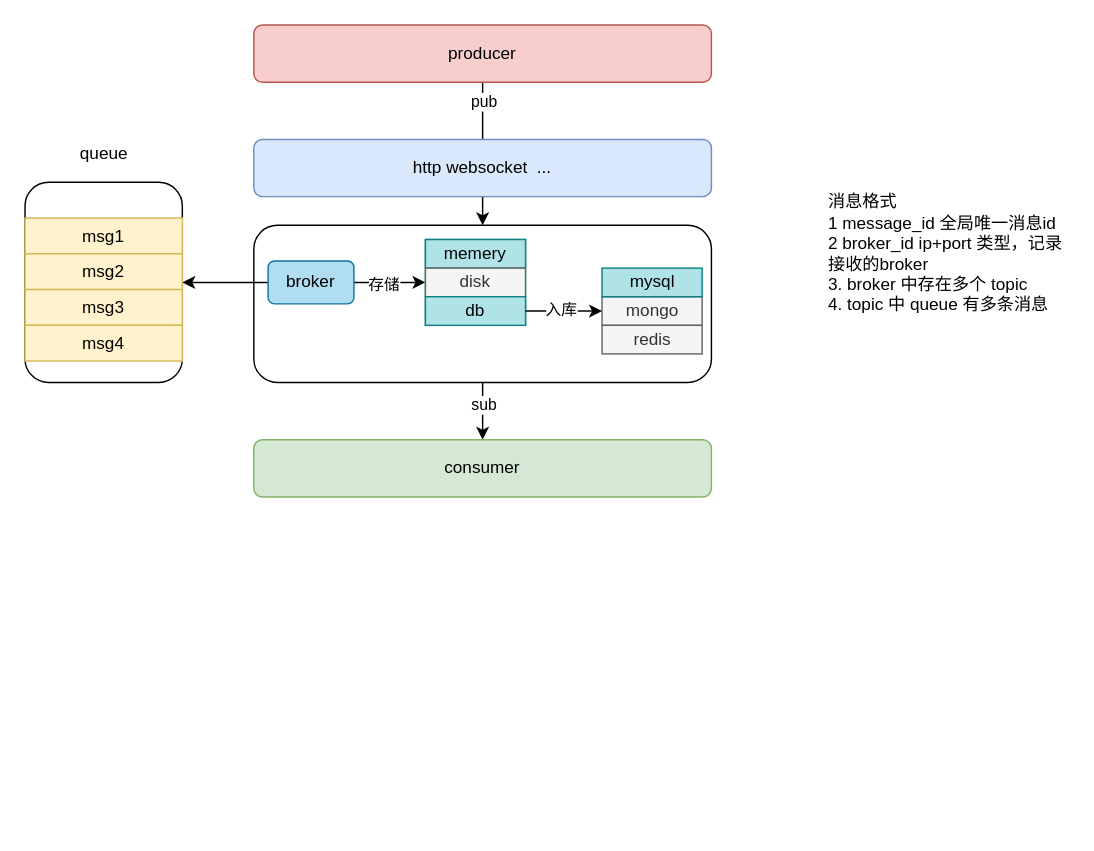
This is jihe/mq/ck-mq.drawio from oliverschen/draw.io, a draw.io file, before an edit. Source tidied: cells renumbered, new cells numbered last; positions are measured from the earlier drawing's top-left corner, leaving out a move shared by most shapes. Both pictures are drawn from the tidied source at 143%, with x=0, y=0 at pixel (24, 24).
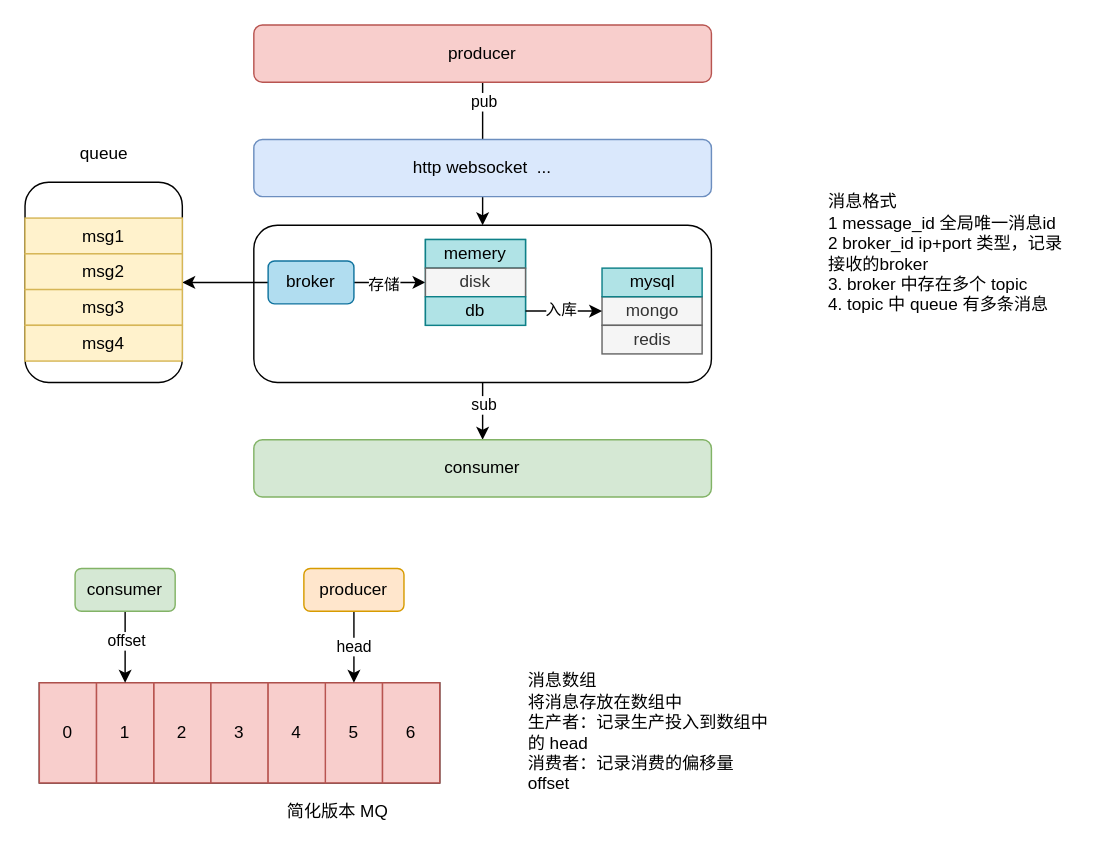
Above is the later version.

Commit message:
简化版本 MQ 结构

Change to the diagram source:
```diff
@@
+    <mxCell id="32" style="rounded=0;whiteSpace=wrap;html=1;" parent="1" vertex="1">
+      <mxGeometry x="10" y="460" width="280" height="70" as="geometry" />
+    </mxCell>
+    <mxCell id="33" value="0" style="rounded=0;whiteSpace=wrap;html=1;fillColor=#f8cecc;strokeColor=#b85450;" parent="1" vertex="1">
+      <mxGeometry x="10" y="460" width="40" height="70" as="geometry" />
+    </mxCell>
+    <mxCell id="34" value="2" style="rounded=0;whiteSpace=wrap;html=1;fillColor=#f8cecc;strokeColor=#b85450;" parent="1" vertex="1">
+      <mxGeometry x="90" y="460" width="40" height="70" as="geometry" />
+    </mxCell>
+    <mxCell id="35" value="1" style="rounded=0;whiteSpace=wrap;html=1;fillColor=#f8cecc;strokeColor=#b85450;" parent="1" vertex="1">
+      <mxGeometry x="50" y="460" width="40" height="70" as="geometry" />
+    </mxCell>
+    <mxCell id="36" value="5" style="rounded=0;whiteSpace=wrap;html=1;fillColor=#f8cecc;strokeColor=#b85450;" parent="1" vertex="1">
+      <mxGeometry x="210" y="460" width="40" height="70" as="geometry" />
+    </mxCell>
+    <mxCell id="37" value="3" style="rounded=0;whiteSpace=wrap;html=1;fillColor=#f8cecc;strokeColor=#b85450;" parent="1" vertex="1">
+      <mxGeometry x="130" y="460" width="40" height="70" as="geometry" />
+    </mxCell>
+    <mxCell id="38" value="4" style="rounded=0;whiteSpace=wrap;html=1;fillColor=#f8cecc;strokeColor=#b85450;" parent="1" vertex="1">
+      <mxGeometry x="170" y="460" width="40" height="70" as="geometry" />
+    </mxCell>
+    <mxCell id="39" value="6" style="rounded=0;whiteSpace=wrap;html=1;fillColor=#f8cecc;strokeColor=#b85450;" parent="1" vertex="1">
+      <mxGeometry x="250" y="460" width="40" height="70" as="geometry" />
+    </mxCell>
+    <mxCell id="40" value="head" style="edgeStyle=orthogonalEdgeStyle;rounded=0;jettySize=auto;html=1;entryX=0.5;entryY=0;entryDx=0;entryDy=0;" parent="1" edge="1" source="41" target="36">
+      <mxGeometry relative="1" as="geometry" />
+    </mxCell>
+    <mxCell id="41" value="producer" style="rounded=1;whiteSpace=wrap;html=1;fillColor=#ffe6cc;strokeColor=#d79b00;" parent="1" vertex="1">
+      <mxGeometry x="195" y="380" width="70" height="30" as="geometry" />
+    </mxCell>
+    <mxCell id="42" style="edgeStyle=orthogonalEdgeStyle;rounded=0;jettySize=auto;html=1;entryX=0.5;entryY=0;entryDx=0;entryDy=0;" parent="1" edge="1" source="44" target="35">
+      <mxGeometry relative="1" as="geometry" />
+    </mxCell>
+    <mxCell id="43" value="offset" style="edgeLabel;html=1;align=center;verticalAlign=middle;" parent="42" vertex="1">
+      <mxGeometry x="-0.2" relative="1" as="geometry" />
+    </mxCell>
+    <mxCell id="44" value="consumer" style="rounded=1;whiteSpace=wrap;html=1;fillColor=#d5e8d4;strokeColor=#82b366;" parent="1" vertex="1">
+      <mxGeometry x="35" y="380" width="70" height="30" as="geometry" />
+    </mxCell>
+    <mxCell id="45" value="消息数组&lt;br&gt;将消息存放在数组中&lt;br&gt;生产者：记录生产投入到数组中的 head&lt;br&gt;消费者：记录消费的偏移量offset" style="text;html=1;strokeColor=none;fillColor=none;align=left;verticalAlign=middle;whiteSpace=wrap;rounded=0;" parent="1" vertex="1">
+      <mxGeometry x="350" y="460" width="170" height="70" as="geometry" />
+    </mxCell>
+    <mxCell id="46" value="简化版本 MQ&amp;nbsp;" style="text;html=1;align=center;verticalAlign=middle;" parent="1" vertex="1">
+      <mxGeometry x="175" y="540" width="90" height="20" as="geometry" />
+    </mxCell>
```
